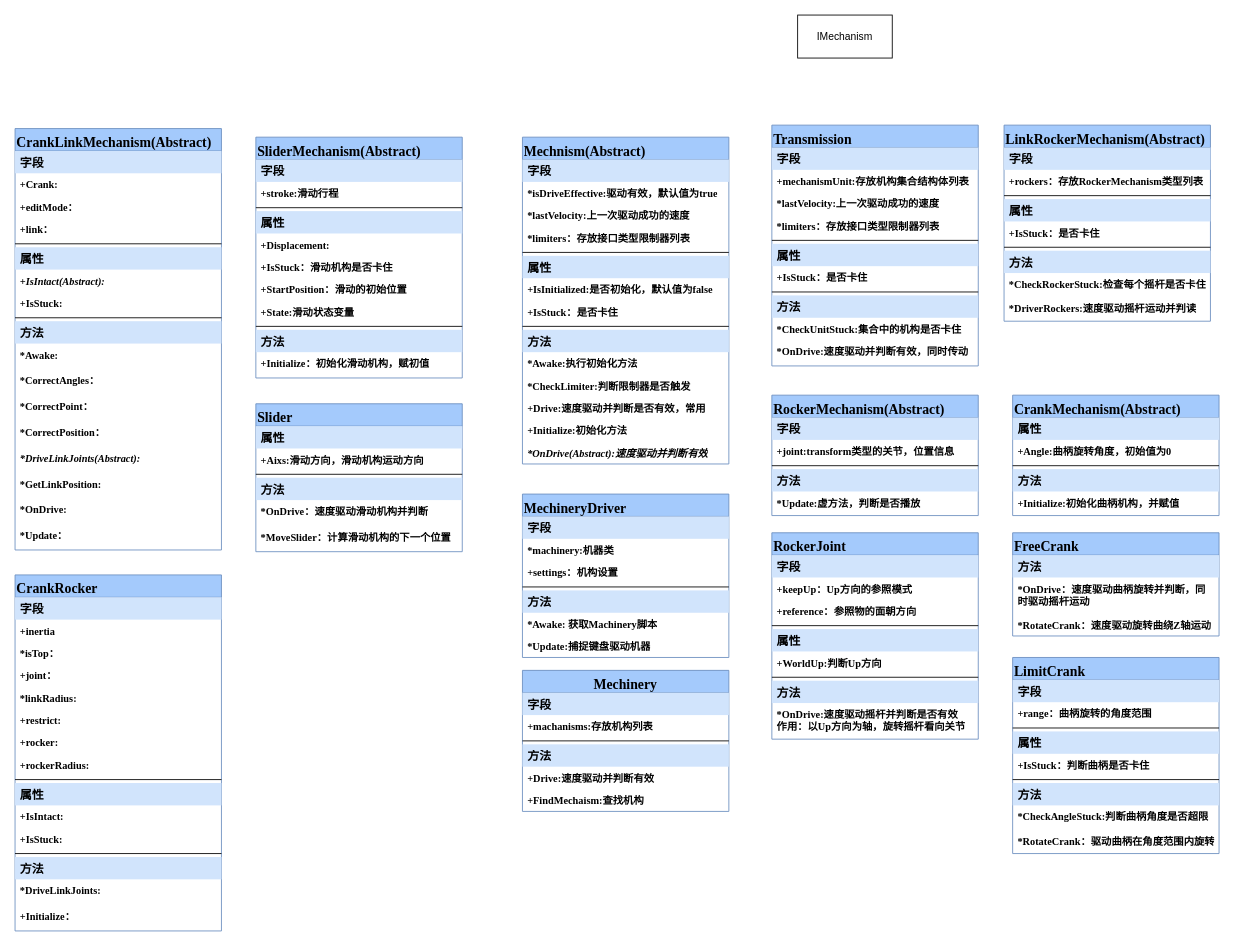
The draw.io diagram 装载机unity类图.drawio in plusfeng/plusfeng, before the edit. Source tidied: cells renumbered, new cells numbered last; positions are measured from the earlier drawing's top-left corner, leaving out a move shared by most shapes. Both pictures are drawn from the tidied source at 86%, with x=0, y=0 at pixel (15, 15).
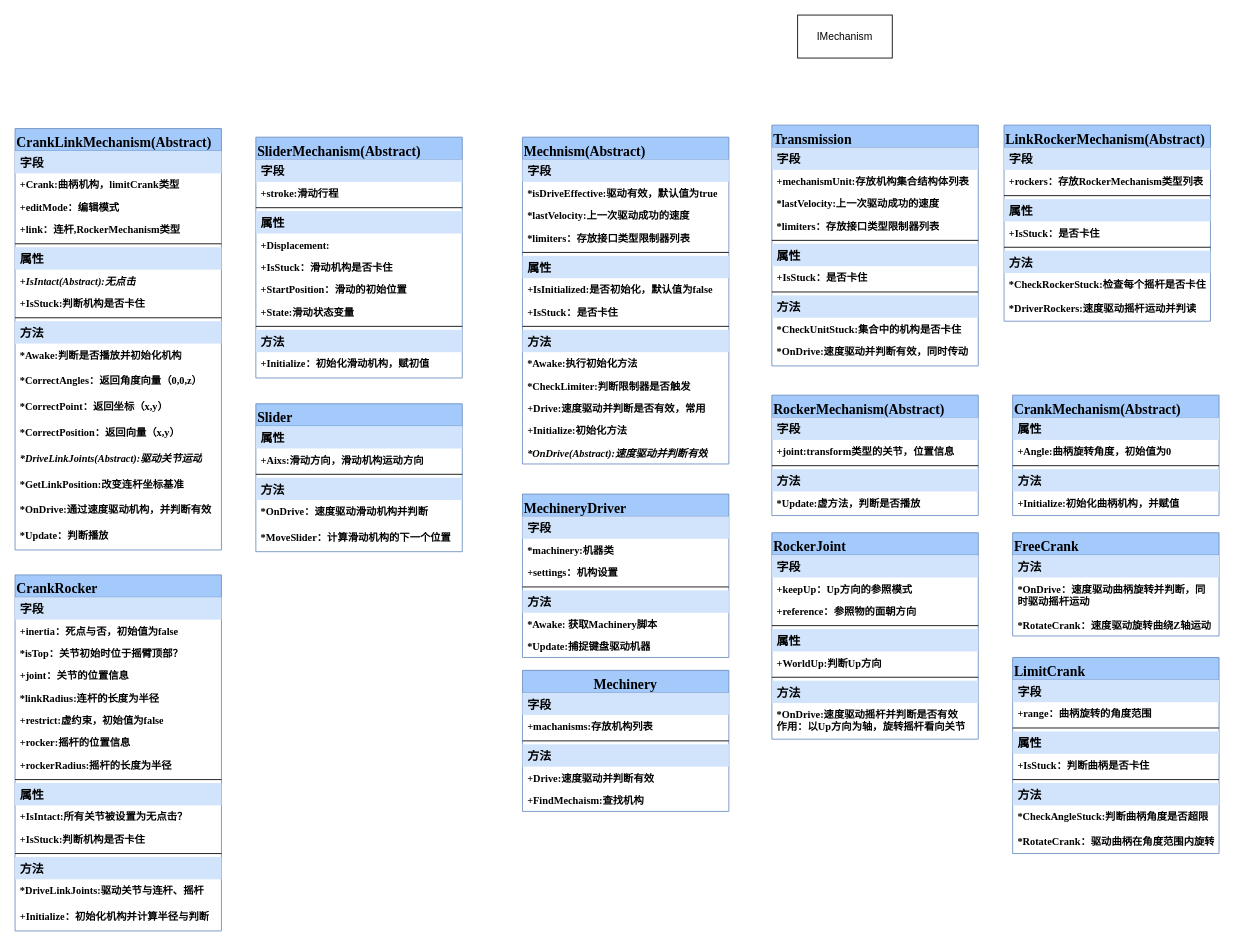
After the change.

Commit message (it also covers changes not shown here):
更新装载机unity类图.drawio

The change refers to these unchanged cells:
```xml
<mxCell id="111" value="CrankLinkMechanism(Abstract)" style="swimlane;fontStyle=1;align=left;verticalAlign=top;horizontal=1;startSize=26;whiteSpace=wrap;html=1;labelBackgroundColor=none;rounded=0;fontSize=16;fontFamily=Times New Roman;labelBorderColor=none;glass=0;fillColor=#A4CAFC;strokeColor=#6c8ebf;" parent="1" vertex="1">
  <mxGeometry y="132" width="240" height="490" as="geometry" />
</mxCell>
<mxCell id="130" value="CrankRocker" style="swimlane;fontStyle=1;align=left;verticalAlign=top;horizontal=1;startSize=26;whiteSpace=wrap;html=1;labelBackgroundColor=none;rounded=0;fontSize=16;fontFamily=Times New Roman;labelBorderColor=none;glass=0;fillColor=#A4CAFC;strokeColor=#6c8ebf;" parent="1" vertex="1">
  <mxGeometry y="651" width="240" height="414" as="geometry" />
</mxCell>
```

What changed in the source:
```diff
@@
-    <mxCell id="113" value="+Crank:" style="text;strokeColor=none;fillColor=none;align=left;verticalAlign=top;spacingLeft=4;spacingRight=4;overflow=hidden;whiteSpace=wrap;html=1;labelBackgroundColor=none;rounded=0;fontSize=12;fontFamily=Times New Roman;fontStyle=1;" parent="111" vertex="1">
+    <mxCell id="113" value="+Crank:曲柄机构，limitCrank类型" style="text;strokeColor=none;fillColor=none;align=left;verticalAlign=top;spacingLeft=4;spacingRight=4;overflow=hidden;whiteSpace=wrap;html=1;labelBackgroundColor=none;rounded=0;fontSize=12;fontFamily=Times New Roman;fontStyle=1;" parent="111" vertex="1">
       <mxGeometry y="52" width="240" height="26" as="geometry" />
     </mxCell>
-    <mxCell id="114" value="+editMode：" style="text;strokeColor=none;fillColor=none;align=left;verticalAlign=top;spacingLeft=4;spacingRight=4;overflow=hidden;whiteSpace=wrap;html=1;labelBackgroundColor=none;rounded=0;fontSize=12;fontFamily=Times New Roman;fontStyle=1;" parent="111" vertex="1">
+    <mxCell id="114" value="+editMode：编辑模式" style="text;strokeColor=none;fillColor=none;align=left;verticalAlign=top;spacingLeft=4;spacingRight=4;overflow=hidden;whiteSpace=wrap;html=1;labelBackgroundColor=none;rounded=0;fontSize=12;fontFamily=Times New Roman;fontStyle=1;" parent="111" vertex="1">
       <mxGeometry y="78" width="240" height="26" as="geometry" />
     </mxCell>
-    <mxCell id="115" value="+link：" style="text;strokeColor=none;fillColor=none;align=left;verticalAlign=top;spacingLeft=4;spacingRight=4;overflow=hidden;whiteSpace=wrap;html=1;labelBackgroundColor=none;rounded=0;fontSize=12;fontFamily=Times New Roman;fontStyle=1;" parent="111" vertex="1">
+    <mxCell id="115" value="+link：连杆,RockerMechanism类型" style="text;strokeColor=none;fillColor=none;align=left;verticalAlign=top;spacingLeft=4;spacingRight=4;overflow=hidden;whiteSpace=wrap;html=1;labelBackgroundColor=none;rounded=0;fontSize=12;fontFamily=Times New Roman;fontStyle=1;" parent="111" vertex="1">
       <mxGeometry y="104" width="240" height="26" as="geometry" />
     </mxCell>
@@
-    <mxCell id="118" value="+IsIntact(Abstract):" style="text;strokeColor=none;fillColor=none;align=left;verticalAlign=top;spacingLeft=4;spacingRight=4;overflow=hidden;whiteSpace=wrap;html=1;labelBackgroundColor=none;rounded=0;fontSize=12;fontFamily=Times New Roman;fontStyle=3;" parent="111" vertex="1">
+    <mxCell id="118" value="+IsIntact(Abstract):无点击" style="text;strokeColor=none;fillColor=none;align=left;verticalAlign=top;spacingLeft=4;spacingRight=4;overflow=hidden;whiteSpace=wrap;html=1;labelBackgroundColor=none;rounded=0;fontSize=12;fontFamily=Times New Roman;fontStyle=3;" parent="111" vertex="1">
       <mxGeometry y="164" width="240" height="26" as="geometry" />
     </mxCell>
-    <mxCell id="119" value="+IsStuck:" style="text;strokeColor=none;fillColor=none;align=left;verticalAlign=top;spacingLeft=4;spacingRight=4;overflow=hidden;whiteSpace=wrap;html=1;labelBackgroundColor=none;rounded=0;fontSize=12;fontFamily=Times New Roman;fontStyle=1;" parent="111" vertex="1">
+    <mxCell id="119" value="+IsStuck:判断机构是否卡住" style="text;strokeColor=none;fillColor=none;align=left;verticalAlign=top;spacingLeft=4;spacingRight=4;overflow=hidden;whiteSpace=wrap;html=1;labelBackgroundColor=none;rounded=0;fontSize=12;fontFamily=Times New Roman;fontStyle=1;" parent="111" vertex="1">
       <mxGeometry y="190" width="240" height="26" as="geometry" />
     </mxCell>
@@
-    <mxCell id="122" value="*Awake:" style="text;strokeColor=none;fillColor=none;align=left;verticalAlign=top;spacingLeft=4;spacingRight=4;overflow=hidden;whiteSpace=wrap;html=1;labelBackgroundColor=none;rounded=0;fontSize=12;fontFamily=Times New Roman;fontStyle=1;" parent="111" vertex="1">
+    <mxCell id="122" value="*Awake:判断是否播放并初始化机构" style="text;strokeColor=none;fillColor=none;align=left;verticalAlign=top;spacingLeft=4;spacingRight=4;overflow=hidden;whiteSpace=wrap;html=1;labelBackgroundColor=none;rounded=0;fontSize=12;fontFamily=Times New Roman;fontStyle=1;" parent="111" vertex="1">
       <mxGeometry y="250" width="240" height="30" as="geometry" />
     </mxCell>
-    <mxCell id="123" value="*CorrectAngles：" style="text;strokeColor=none;fillColor=none;align=left;verticalAlign=top;spacingLeft=4;spacingRight=4;overflow=hidden;whiteSpace=wrap;html=1;labelBackgroundColor=none;rounded=0;fontSize=12;fontFamily=Times New Roman;fontStyle=1;" parent="111" vertex="1">
+    <mxCell id="123" value="*CorrectAngles：返回角度向量（0,0,z）" style="text;strokeColor=none;fillColor=none;align=left;verticalAlign=top;spacingLeft=4;spacingRight=4;overflow=hidden;whiteSpace=wrap;html=1;labelBackgroundColor=none;rounded=0;fontSize=12;fontFamily=Times New Roman;fontStyle=1;" parent="111" vertex="1">
       <mxGeometry y="280" width="240" height="30" as="geometry" />
     </mxCell>
-    <mxCell id="124" value="*CorrectPoint：" style="text;strokeColor=none;fillColor=none;align=left;verticalAlign=top;spacingLeft=4;spacingRight=4;overflow=hidden;whiteSpace=wrap;html=1;labelBackgroundColor=none;rounded=0;fontSize=12;fontFamily=Times New Roman;fontStyle=1;" parent="111" vertex="1">
+    <mxCell id="124" value="*CorrectPoint：返回坐标（x,y）" style="text;strokeColor=none;fillColor=none;align=left;verticalAlign=top;spacingLeft=4;spacingRight=4;overflow=hidden;whiteSpace=wrap;html=1;labelBackgroundColor=none;rounded=0;fontSize=12;fontFamily=Times New Roman;fontStyle=1;" parent="111" vertex="1">
       <mxGeometry y="310" width="240" height="30" as="geometry" />
     </mxCell>
-    <mxCell id="125" value="*CorrectPosition：" style="text;strokeColor=none;fillColor=none;align=left;verticalAlign=top;spacingLeft=4;spacingRight=4;overflow=hidden;whiteSpace=wrap;html=1;labelBackgroundColor=none;rounded=0;fontSize=12;fontFamily=Times New Roman;fontStyle=1;" parent="111" vertex="1">
+    <mxCell id="125" value="*CorrectPosition：返回向量（x,y）" style="text;strokeColor=none;fillColor=none;align=left;verticalAlign=top;spacingLeft=4;spacingRight=4;overflow=hidden;whiteSpace=wrap;html=1;labelBackgroundColor=none;rounded=0;fontSize=12;fontFamily=Times New Roman;fontStyle=1;" parent="111" vertex="1">
       <mxGeometry y="340" width="240" height="30" as="geometry" />
     </mxCell>
-    <mxCell id="126" value="*DriveLinkJoints(Abstract):" style="text;strokeColor=none;fillColor=none;align=left;verticalAlign=top;spacingLeft=4;spacingRight=4;overflow=hidden;whiteSpace=wrap;html=1;labelBackgroundColor=none;rounded=0;fontSize=12;fontFamily=Times New Roman;fontStyle=3;" parent="111" vertex="1">
+    <mxCell id="126" value="*DriveLinkJoints(Abstract):驱动关节运动" style="text;strokeColor=none;fillColor=none;align=left;verticalAlign=top;spacingLeft=4;spacingRight=4;overflow=hidden;whiteSpace=wrap;html=1;labelBackgroundColor=none;rounded=0;fontSize=12;fontFamily=Times New Roman;fontStyle=3;" parent="111" vertex="1">
       <mxGeometry y="370" width="240" height="30" as="geometry" />
     </mxCell>
-    <mxCell id="127" value="*GetLinkPosition:" style="text;strokeColor=none;fillColor=none;align=left;verticalAlign=top;spacingLeft=4;spacingRight=4;overflow=hidden;whiteSpace=wrap;html=1;labelBackgroundColor=none;rounded=0;fontSize=12;fontFamily=Times New Roman;fontStyle=1;" parent="111" vertex="1">
+    <mxCell id="127" value="*GetLinkPosition:改变连杆坐标基准" style="text;strokeColor=none;fillColor=none;align=left;verticalAlign=top;spacingLeft=4;spacingRight=4;overflow=hidden;whiteSpace=wrap;html=1;labelBackgroundColor=none;rounded=0;fontSize=12;fontFamily=Times New Roman;fontStyle=1;" parent="111" vertex="1">
       <mxGeometry y="400" width="240" height="30" as="geometry" />
     </mxCell>
-    <mxCell id="128" value="*OnDrive:" style="text;strokeColor=none;fillColor=none;align=left;verticalAlign=top;spacingLeft=4;spacingRight=4;overflow=hidden;whiteSpace=wrap;html=1;labelBackgroundColor=none;rounded=0;fontSize=12;fontFamily=Times New Roman;fontStyle=1;" parent="111" vertex="1">
+    <mxCell id="128" value="*OnDrive:通过速度驱动机构，并判断有效" style="text;strokeColor=none;fillColor=none;align=left;verticalAlign=top;spacingLeft=4;spacingRight=4;overflow=hidden;whiteSpace=wrap;html=1;labelBackgroundColor=none;rounded=0;fontSize=12;fontFamily=Times New Roman;fontStyle=1;" parent="111" vertex="1">
       <mxGeometry y="430" width="240" height="30" as="geometry" />
     </mxCell>
-    <mxCell id="129" value="*Update：" style="text;strokeColor=none;fillColor=none;align=left;verticalAlign=top;spacingLeft=4;spacingRight=4;overflow=hidden;whiteSpace=wrap;html=1;labelBackgroundColor=none;rounded=0;fontSize=12;fontFamily=Times New Roman;fontStyle=1;" parent="111" vertex="1">
+    <mxCell id="129" value="*Update：判断播放" style="text;strokeColor=none;fillColor=none;align=left;verticalAlign=top;spacingLeft=4;spacingRight=4;overflow=hidden;whiteSpace=wrap;html=1;labelBackgroundColor=none;rounded=0;fontSize=12;fontFamily=Times New Roman;fontStyle=1;" parent="111" vertex="1">
       <mxGeometry y="460" width="240" height="30" as="geometry" />
     </mxCell>
@@
-    <mxCell id="132" value="+inertia" style="text;strokeColor=none;fillColor=none;align=left;verticalAlign=top;spacingLeft=4;spacingRight=4;overflow=hidden;whiteSpace=wrap;html=1;labelBackgroundColor=none;rounded=0;fontSize=12;fontFamily=Times New Roman;fontStyle=1;" parent="130" vertex="1">
+    <mxCell id="132" value="+inertia：死点与否，初始值为false" style="text;strokeColor=none;fillColor=none;align=left;verticalAlign=top;spacingLeft=4;spacingRight=4;overflow=hidden;whiteSpace=wrap;html=1;labelBackgroundColor=none;rounded=0;fontSize=12;fontFamily=Times New Roman;fontStyle=1;" parent="130" vertex="1">
       <mxGeometry y="52" width="240" height="26" as="geometry" />
     </mxCell>
-    <mxCell id="133" value="*isTop：" style="text;strokeColor=none;fillColor=none;align=left;verticalAlign=top;spacingLeft=4;spacingRight=4;overflow=hidden;whiteSpace=wrap;html=1;labelBackgroundColor=none;rounded=0;fontSize=12;fontFamily=Times New Roman;fontStyle=1;" parent="130" vertex="1">
+    <mxCell id="133" value="*isTop：关节初始时位于摇臂顶部？" style="text;strokeColor=none;fillColor=none;align=left;verticalAlign=top;spacingLeft=4;spacingRight=4;overflow=hidden;whiteSpace=wrap;html=1;labelBackgroundColor=none;rounded=0;fontSize=12;fontFamily=Times New Roman;fontStyle=1;" parent="130" vertex="1">
       <mxGeometry y="78" width="240" height="26" as="geometry" />
     </mxCell>
-    <mxCell id="134" value="+joint：" style="text;strokeColor=none;fillColor=none;align=left;verticalAlign=top;spacingLeft=4;spacingRight=4;overflow=hidden;whiteSpace=wrap;html=1;labelBackgroundColor=none;rounded=0;fontSize=12;fontFamily=Times New Roman;fontStyle=1;" parent="130" vertex="1">
+    <mxCell id="134" value="+joint：关节的位置信息" style="text;strokeColor=none;fillColor=none;align=left;verticalAlign=top;spacingLeft=4;spacingRight=4;overflow=hidden;whiteSpace=wrap;html=1;labelBackgroundColor=none;rounded=0;fontSize=12;fontFamily=Times New Roman;fontStyle=1;" parent="130" vertex="1">
       <mxGeometry y="104" width="240" height="26" as="geometry" />
     </mxCell>
-    <mxCell id="135" value="*linkRadius:" style="text;strokeColor=none;fillColor=none;align=left;verticalAlign=top;spacingLeft=4;spacingRight=4;overflow=hidden;whiteSpace=wrap;html=1;labelBackgroundColor=none;rounded=0;fontSize=12;fontFamily=Times New Roman;fontStyle=1;" parent="130" vertex="1">
+    <mxCell id="135" value="*linkRadius:连杆的长度为半径" style="text;strokeColor=none;fillColor=none;align=left;verticalAlign=top;spacingLeft=4;spacingRight=4;overflow=hidden;whiteSpace=wrap;html=1;labelBackgroundColor=none;rounded=0;fontSize=12;fontFamily=Times New Roman;fontStyle=1;" parent="130" vertex="1">
       <mxGeometry y="130" width="240" height="26" as="geometry" />
     </mxCell>
-    <mxCell id="136" value="+restrict:" style="text;strokeColor=none;fillColor=none;align=left;verticalAlign=top;spacingLeft=4;spacingRight=4;overflow=hidden;whiteSpace=wrap;html=1;labelBackgroundColor=none;rounded=0;fontSize=12;fontFamily=Times New Roman;fontStyle=1;" parent="130" vertex="1">
+    <mxCell id="136" value="+restrict:虚约束，初始值为false" style="text;strokeColor=none;fillColor=none;align=left;verticalAlign=top;spacingLeft=4;spacingRight=4;overflow=hidden;whiteSpace=wrap;html=1;labelBackgroundColor=none;rounded=0;fontSize=12;fontFamily=Times New Roman;fontStyle=1;" parent="130" vertex="1">
       <mxGeometry y="156" width="240" height="26" as="geometry" />
     </mxCell>
-    <mxCell id="137" value="+rocker:" style="text;strokeColor=none;fillColor=none;align=left;verticalAlign=top;spacingLeft=4;spacingRight=4;overflow=hidden;whiteSpace=wrap;html=1;labelBackgroundColor=none;rounded=0;fontSize=12;fontFamily=Times New Roman;fontStyle=1;" parent="130" vertex="1">
+    <mxCell id="137" value="+rocker:摇杆的位置信息" style="text;strokeColor=none;fillColor=none;align=left;verticalAlign=top;spacingLeft=4;spacingRight=4;overflow=hidden;whiteSpace=wrap;html=1;labelBackgroundColor=none;rounded=0;fontSize=12;fontFamily=Times New Roman;fontStyle=1;" parent="130" vertex="1">
       <mxGeometry y="182" width="240" height="26" as="geometry" />
     </mxCell>
-    <mxCell id="138" value="+rockerRadius:" style="text;strokeColor=none;fillColor=none;align=left;verticalAlign=top;spacingLeft=4;spacingRight=4;overflow=hidden;whiteSpace=wrap;html=1;labelBackgroundColor=none;rounded=0;fontSize=12;fontFamily=Times New Roman;fontStyle=1;" parent="130" vertex="1">
+    <mxCell id="138" value="+rockerRadius:摇杆的长度为半径" style="text;strokeColor=none;fillColor=none;align=left;verticalAlign=top;spacingLeft=4;spacingRight=4;overflow=hidden;whiteSpace=wrap;html=1;labelBackgroundColor=none;rounded=0;fontSize=12;fontFamily=Times New Roman;fontStyle=1;" parent="130" vertex="1">
       <mxGeometry y="208" width="240" height="26" as="geometry" />
     </mxCell>
@@
-    <mxCell id="141" value="+IsIntact:" style="text;strokeColor=none;fillColor=none;align=left;verticalAlign=top;spacingLeft=4;spacingRight=4;overflow=hidden;whiteSpace=wrap;html=1;labelBackgroundColor=none;rounded=0;fontSize=12;fontFamily=Times New Roman;fontStyle=1;" parent="130" vertex="1">
+    <mxCell id="141" value="+IsIntact:所有关节被设置为无点击？" style="text;strokeColor=none;fillColor=none;align=left;verticalAlign=top;spacingLeft=4;spacingRight=4;overflow=hidden;whiteSpace=wrap;html=1;labelBackgroundColor=none;rounded=0;fontSize=12;fontFamily=Times New Roman;fontStyle=1;" parent="130" vertex="1">
       <mxGeometry y="268" width="240" height="26" as="geometry" />
     </mxCell>
-    <mxCell id="142" value="+IsStuck:" style="text;strokeColor=none;fillColor=none;align=left;verticalAlign=top;spacingLeft=4;spacingRight=4;overflow=hidden;whiteSpace=wrap;html=1;labelBackgroundColor=none;rounded=0;fontSize=12;fontFamily=Times New Roman;fontStyle=1;" parent="130" vertex="1">
+    <mxCell id="142" value="+IsStuck:判断机构是否卡住" style="text;strokeColor=none;fillColor=none;align=left;verticalAlign=top;spacingLeft=4;spacingRight=4;overflow=hidden;whiteSpace=wrap;html=1;labelBackgroundColor=none;rounded=0;fontSize=12;fontFamily=Times New Roman;fontStyle=1;" parent="130" vertex="1">
       <mxGeometry y="294" width="240" height="26" as="geometry" />
     </mxCell>
@@
-    <mxCell id="145" value="*DriveLinkJoints:" style="text;strokeColor=none;fillColor=none;align=left;verticalAlign=top;spacingLeft=4;spacingRight=4;overflow=hidden;whiteSpace=wrap;html=1;labelBackgroundColor=none;rounded=0;fontSize=12;fontFamily=Times New Roman;fontStyle=1;" parent="130" vertex="1">
+    <mxCell id="145" value="*DriveLinkJoints:驱动关节与连杆、摇杆" style="text;strokeColor=none;fillColor=none;align=left;verticalAlign=top;spacingLeft=4;spacingRight=4;overflow=hidden;whiteSpace=wrap;html=1;labelBackgroundColor=none;rounded=0;fontSize=12;fontFamily=Times New Roman;fontStyle=1;" parent="130" vertex="1">
       <mxGeometry y="354" width="240" height="30" as="geometry" />
     </mxCell>
-    <mxCell id="146" value="+Initialize：" style="text;strokeColor=none;fillColor=none;align=left;verticalAlign=top;spacingLeft=4;spacingRight=4;overflow=hidden;whiteSpace=wrap;html=1;labelBackgroundColor=none;rounded=0;fontSize=12;fontFamily=Times New Roman;fontStyle=1;" parent="130" vertex="1">
+    <mxCell id="146" value="+Initialize：初始化机构并计算半径与判断" style="text;strokeColor=none;fillColor=none;align=left;verticalAlign=top;spacingLeft=4;spacingRight=4;overflow=hidden;whiteSpace=wrap;html=1;labelBackgroundColor=none;rounded=0;fontSize=12;fontFamily=Times New Roman;fontStyle=1;" parent="130" vertex="1">
       <mxGeometry y="384" width="240" height="30" as="geometry" />
     </mxCell>
```
